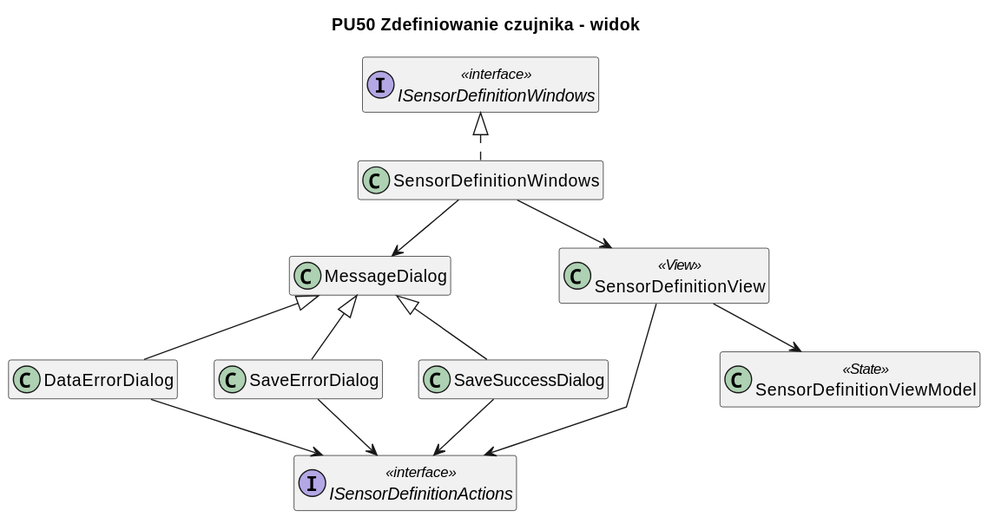
Before: diagrams/frontend/rendered/sensor-definition-view.svg, a diagram exported from PlantUML (Igor-Ochocki/POP-2026Z).
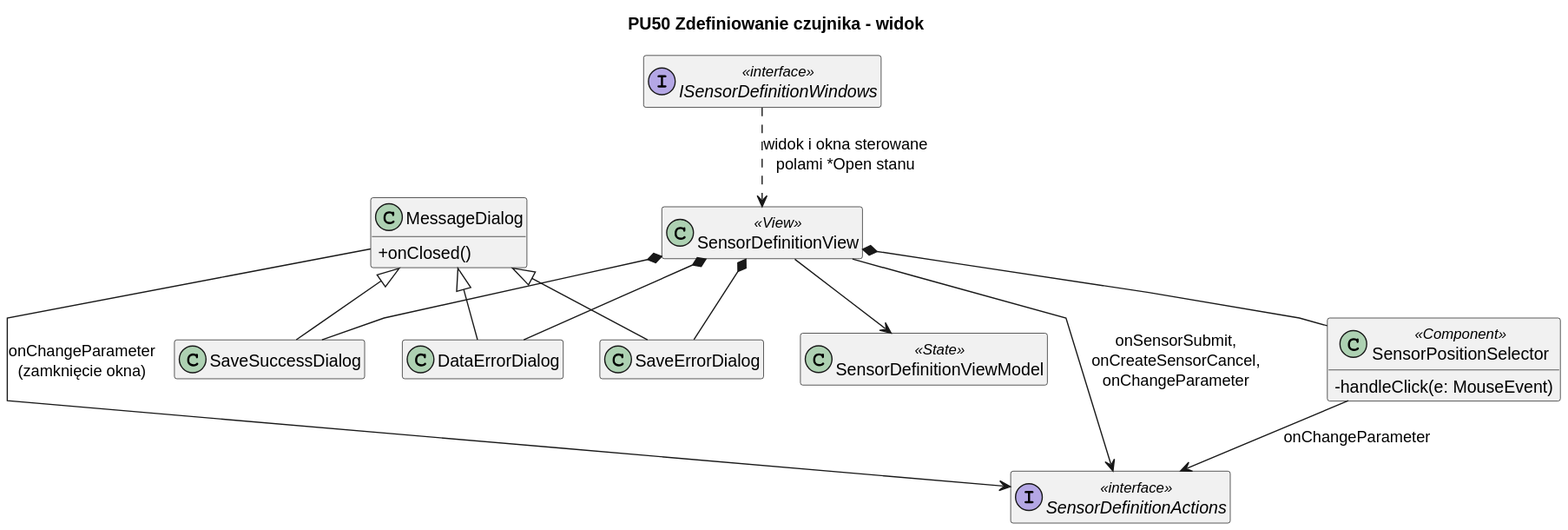
The same file after the commit.

Change to the diagram source:
```diff
@@ -10,33 +10,36 @@
 
 title PU50 Zdefiniowanie czujnika - widok
 
-class SensorDefinitionWindows
-
 class SensorDefinitionView <<View>>
 
-class MessageDialog
+class SensorPositionSelector <<Component>> {
+    - handleClick(e: MouseEvent)
+}
+
+class MessageDialog {
+    + onClosed()
+}
 
 class DataErrorDialog
 class SaveErrorDialog
 class SaveSuccessDialog
 
 interface ISensorDefinitionWindows <<interface>>
-interface ISensorDefinitionActions <<interface>>
+interface SensorDefinitionActions <<interface>>
 class SensorDefinitionViewModel <<State>>
-
-
-SensorDefinitionWindows .u.|> ISensorDefinitionWindows
-SensorDefinitionWindows --> SensorDefinitionView
-SensorDefinitionWindows --> MessageDialog
 
 DataErrorDialog -u-|> MessageDialog
 SaveErrorDialog -u-|> MessageDialog
 SaveSuccessDialog -u-|> MessageDialog
 
-DataErrorDialog --> ISensorDefinitionActions
-SaveErrorDialog --> ISensorDefinitionActions
-SaveSuccessDialog --> ISensorDefinitionActions
+SensorDefinitionView *-- SensorPositionSelector
+SensorDefinitionView *-- DataErrorDialog
+SensorDefinitionView *-- SaveErrorDialog
+SensorDefinitionView *-- SaveSuccessDialog
 
-SensorDefinitionView --> ISensorDefinitionActions
+SensorDefinitionView --> SensorDefinitionActions : onSensorSubmit,\nonCreateSensorCancel,\nonChangeParameter
+SensorPositionSelector --> SensorDefinitionActions : onChangeParameter
+MessageDialog --> SensorDefinitionActions : onChangeParameter\n(zamknięcie okna)
 SensorDefinitionView --> SensorDefinitionViewModel
+ISensorDefinitionWindows ..> SensorDefinitionView : widok i okna sterowane\npolami *Open stanu
 @enduml
```
